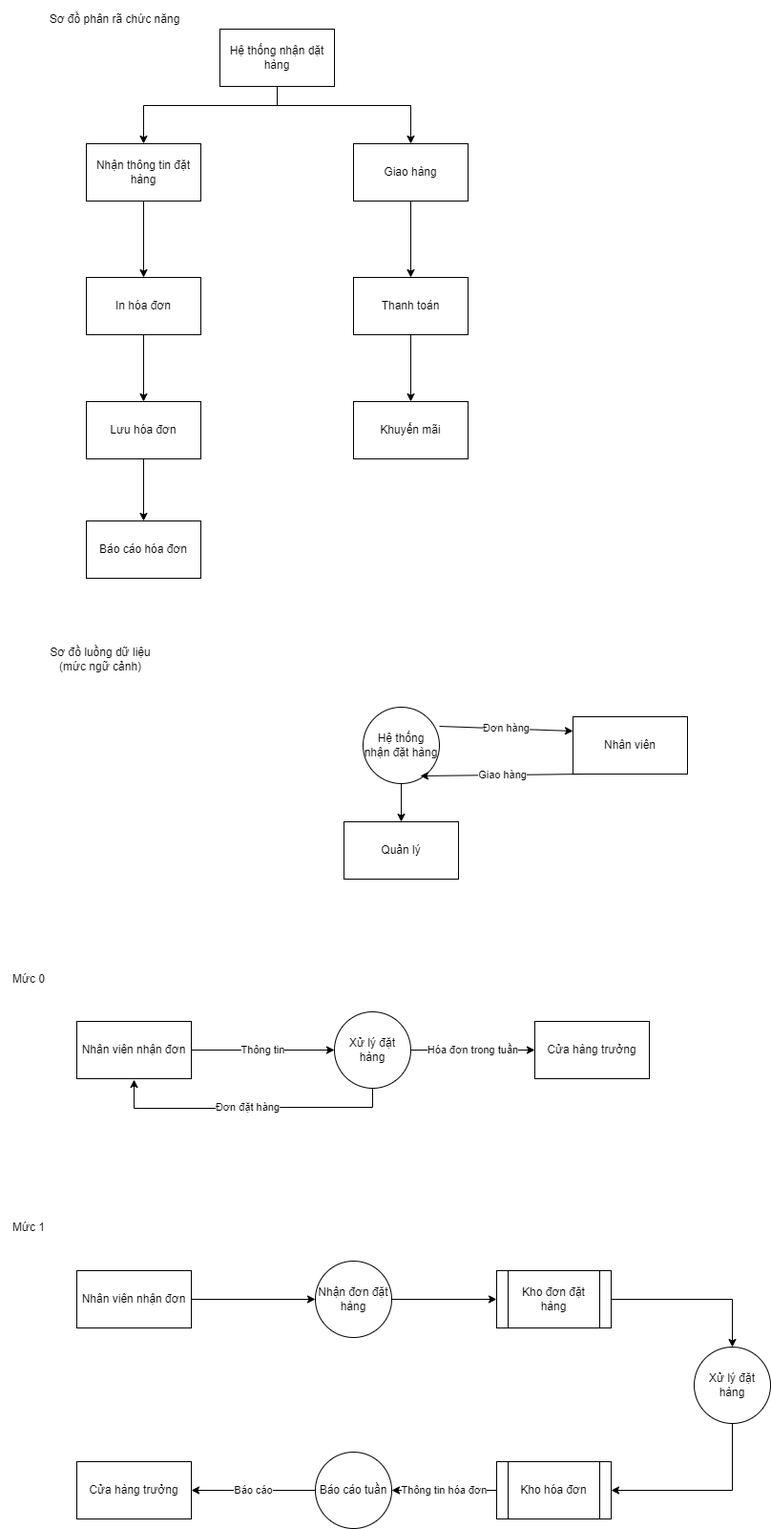
InfiniteByte1811/branch1 keeps this draw.io diagram as DFD3.png. Above is the earlier version. Source tidied: cells renumbered, new cells last; positions are measured from the earlier drawing's top-left corner, leaving out a move shared by most shapes.
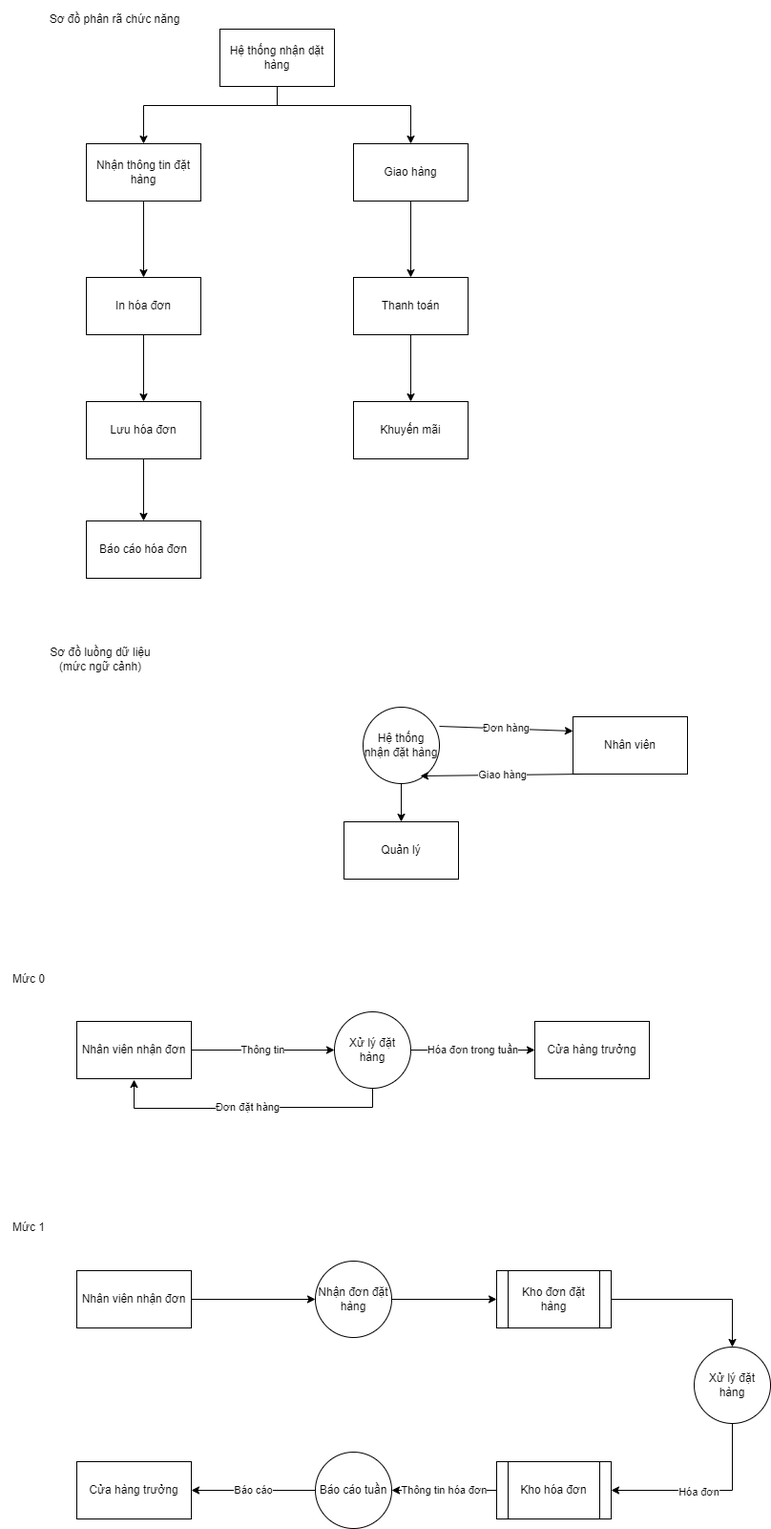
The same diagram one commit later.

Commit message:
Cập nhật DFD3.png

Diff of the diagram source:
```diff
@@ -137,6 +137,9 @@
         </Array>
       </mxGeometry>
     </mxCell>
+    <mxCell id="46" value="Hóa đơn" style="edgeLabel;html=1;align=center;verticalAlign=middle;" parent="36" vertex="1">
+      <mxGeometry x="0.08" y="1" relative="1" as="geometry" />
+    </mxCell>
     <mxCell id="37" value="Xử lý đặt hàng" style="ellipse;whiteSpace=wrap;html=1;" parent="1" vertex="1">
       <mxGeometry x="727" y="1410" width="80" height="80" as="geometry" />
     </mxCell>
```
